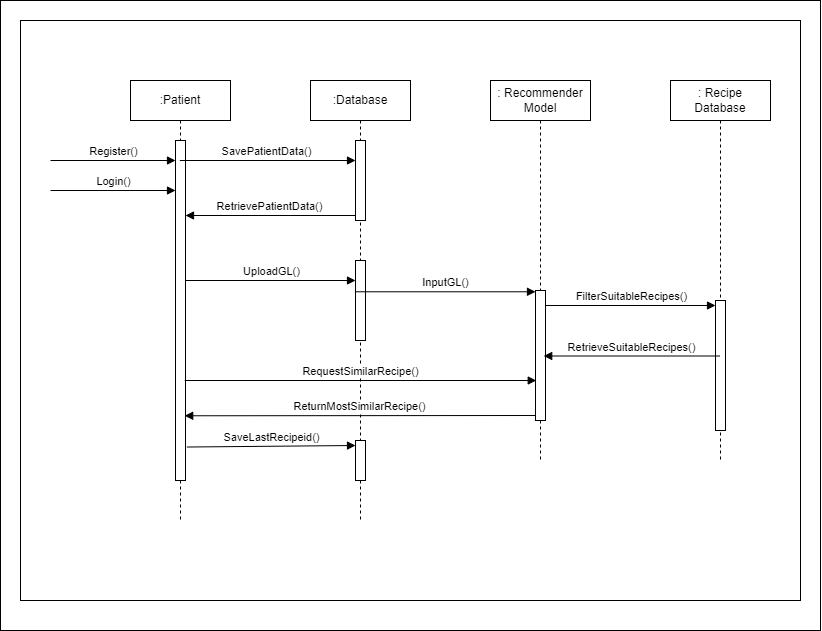
Above: SequenceDiagram.drawio.png in MutonyiLewis/DiabetesRecipes (draw.io), before the change. Source tidied: cells renumbered, new cells last; positions are measured from the earlier drawing's top-left corner, leaving out a move shared by most shapes.
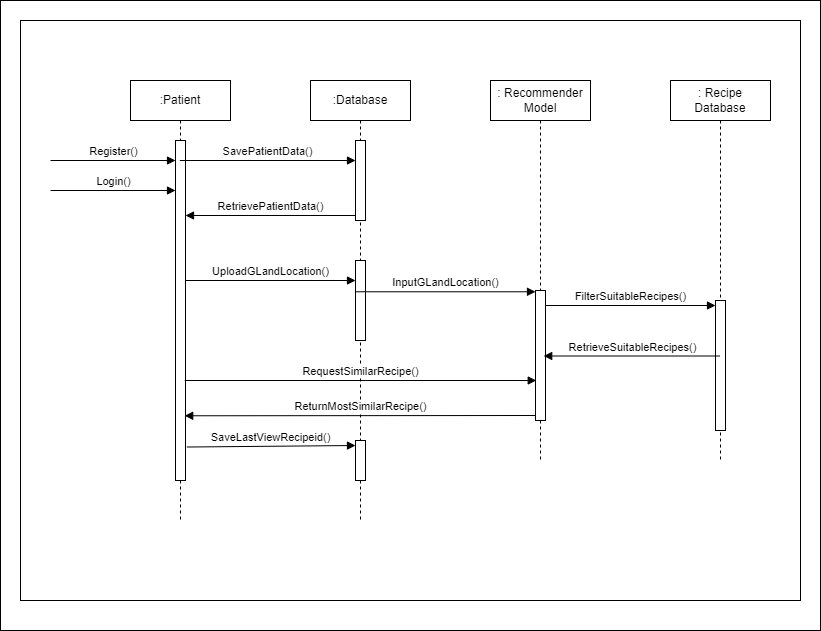
The same file after the commit.

The edit, as a diff of the source:
```diff
@@ -57,12 +57,12 @@
     <mxCell id="17" value="RetrievePatientData()" style="html=1;verticalAlign=bottom;endArrow=block;curved=0;rounded=0;exitX=0;exitY=1;exitDx=0;exitDy=-5;exitPerimeter=0;" parent="1" edge="1" source="7" target="5">
       <mxGeometry relative="1" as="geometry" />
     </mxCell>
-    <mxCell id="18" value="UploadGL()" style="html=1;verticalAlign=bottom;endArrow=block;curved=0;rounded=0;" parent="1" edge="1" source="5">
+    <mxCell id="18" value="UploadGLandLocation()" style="html=1;verticalAlign=bottom;endArrow=block;curved=0;rounded=0;" parent="1" edge="1" source="5">
       <mxGeometry relative="1" as="geometry">
         <mxPoint x="355" y="280" as="targetPoint" />
       </mxGeometry>
     </mxCell>
-    <mxCell id="19" value="InputGL()" style="html=1;verticalAlign=bottom;endArrow=block;curved=0;rounded=0;exitX=-0.018;exitY=0.391;exitDx=0;exitDy=0;exitPerimeter=0;" parent="1" edge="1" source="8" target="11">
+    <mxCell id="19" value="InputGLandLocation()" style="html=1;verticalAlign=bottom;endArrow=block;curved=0;rounded=0;exitX=-0.018;exitY=0.391;exitDx=0;exitDy=0;exitPerimeter=0;" parent="1" edge="1" source="8" target="11">
       <mxGeometry relative="1" as="geometry" />
     </mxCell>
     <mxCell id="20" value="FilterSuitableRecipes()" style="html=1;verticalAlign=bottom;endArrow=block;curved=0;rounded=0;entryX=0;entryY=0;entryDx=0;entryDy=5;entryPerimeter=0;" parent="1" edge="1" source="11" target="13">
@@ -80,7 +80,7 @@
     <mxCell id="23" value="ReturnMostSimilarRecipe()" style="html=1;verticalAlign=bottom;endArrow=block;curved=0;rounded=0;entryX=0.542;entryY=0.762;entryDx=0;entryDy=0;entryPerimeter=0;exitX=0;exitY=1;exitDx=0;exitDy=-5;exitPerimeter=0;" parent="1" edge="1" source="11" target="4">
       <mxGeometry relative="1" as="geometry" />
     </mxCell>
-    <mxCell id="24" value="SaveLastRecipeid()" style="html=1;verticalAlign=bottom;endArrow=block;curved=0;rounded=0;entryX=0;entryY=0;entryDx=0;entryDy=5;entryPerimeter=0;exitX=0.564;exitY=0.833;exitDx=0;exitDy=0;exitPerimeter=0;" parent="1" edge="1" source="4" target="9">
+    <mxCell id="24" value="SaveLastViewRecipeid()" style="html=1;verticalAlign=bottom;endArrow=block;curved=0;rounded=0;entryX=0;entryY=0;entryDx=0;entryDy=5;entryPerimeter=0;exitX=0.564;exitY=0.833;exitDx=0;exitDy=0;exitPerimeter=0;" parent="1" edge="1" source="4" target="9">
       <mxGeometry relative="1" as="geometry" />
     </mxCell>
   </root>
```
